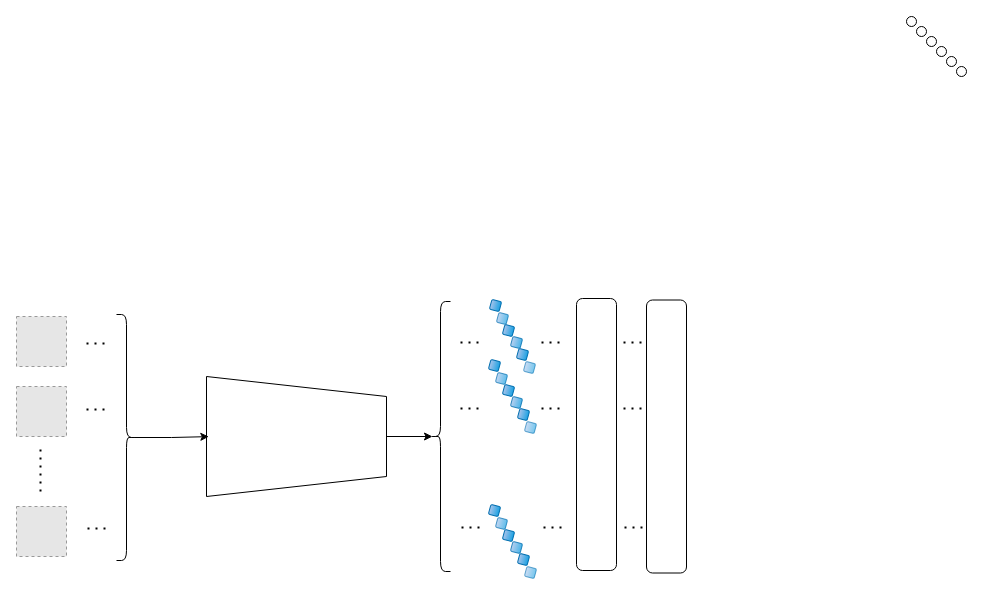
The draw.io diagram python习题/网络结构.drawio in Silvia-man/test-, before the edit. Source tidied: cells renumbered, new cells numbered last; positions are measured from the earlier drawing's top-left corner, leaving out a move shared by most shapes. Both pictures are drawn from the tidied source at 100%, with x=0, y=0 at pixel (16, 16). Pictures stored in the file or linked from it are replaced by grey dashed boxes.
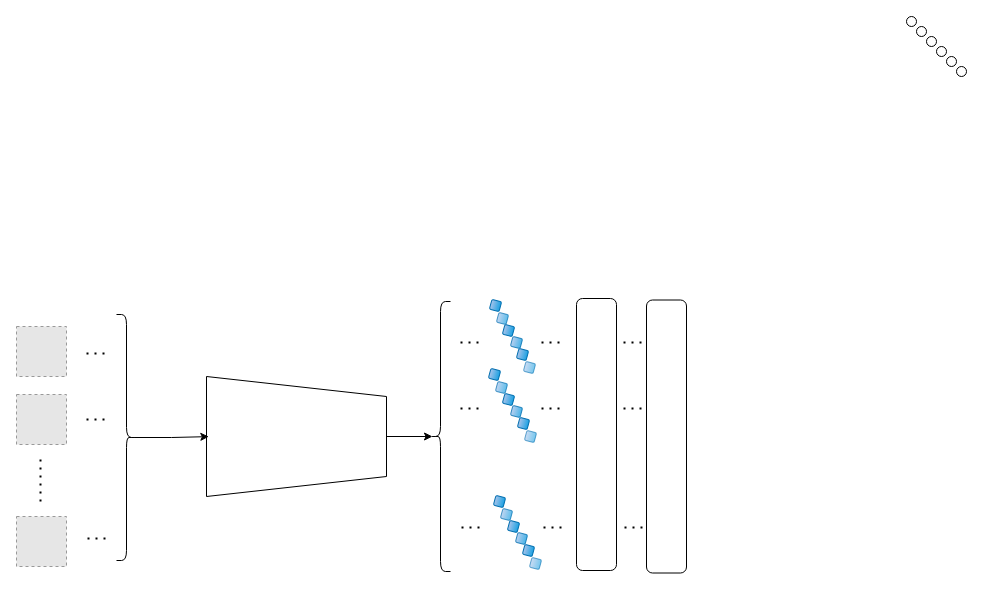
Above is the later version.

Commit message (it also covers changes not shown here):
更新网络结构.drawio

The edit, as a diff of the source:
```diff
@@
-    <mxCell id="15" style="group;" parent="1" vertex="1">
-      <mxGeometry y="300" width="91" height="240" as="geometry" />
-    </mxCell>
-    <mxCell id="16" style="endArrow=none;dashed=1;html=1;dashPattern=1 3;strokeWidth=2;rounded=0;fontStyle=1;" parent="15" edge="1">
-      <mxGeometry relative="1" as="geometry">
-        <mxPoint x="70" y="27" as="sourcePoint" />
-        <mxPoint x="90" y="27" as="targetPoint" />
-      </mxGeometry>
-    </mxCell>
-    <mxCell id="17" style="fillColor=#E6E6E6;strokeColor=#999999;dashed=1;verticalLabelPosition=bottom;labelBackgroundColor=default;verticalAlign=top;" parent="15" vertex="1">
-      <mxGeometry y="190" width="50" height="50" as="geometry" />
-    </mxCell>
-    <mxCell id="18" style="fillColor=#E6E6E6;strokeColor=#999999;dashed=1;verticalLabelPosition=bottom;labelBackgroundColor=default;verticalAlign=top;" parent="15" vertex="1">
-      <mxGeometry y="70" width="50" height="50" as="geometry" />
-    </mxCell>
-    <mxCell id="19" style="fillColor=#E6E6E6;strokeColor=#999999;dashed=1;verticalLabelPosition=bottom;labelBackgroundColor=default;verticalAlign=top;" parent="15" vertex="1">
-      <mxGeometry width="50" height="50" as="geometry" />
-    </mxCell>
-    <mxCell id="20" style="endArrow=none;dashed=1;html=1;dashPattern=1 3;strokeWidth=2;rounded=0;fontStyle=1;" parent="15" edge="1">
-      <mxGeometry relative="1" as="geometry">
-        <mxPoint x="70" y="93" as="sourcePoint" />
-        <mxPoint x="90" y="93" as="targetPoint" />
-      </mxGeometry>
-    </mxCell>
-    <mxCell id="21" style="endArrow=none;dashed=1;html=1;dashPattern=1 3;strokeWidth=2;rounded=0;fontStyle=1;" parent="15" edge="1">
-      <mxGeometry relative="1" as="geometry">
-        <mxPoint x="71" y="212" as="sourcePoint" />
-        <mxPoint x="91" y="212" as="targetPoint" />
-      </mxGeometry>
-    </mxCell>
-    <mxCell id="22" style="endArrow=none;dashed=1;html=1;dashPattern=1 3;strokeWidth=2;rounded=0;" parent="15" edge="1">
-      <mxGeometry relative="1" as="geometry">
-        <mxPoint x="24" y="133" as="sourcePoint" />
-        <mxPoint x="24" y="180" as="targetPoint" />
-      </mxGeometry>
-    </mxCell>
@@
     <mxCell id="26" style="rounded=1;whiteSpace=wrap;html=1;fillColor=#1ba1e2;fontColor=#ffffff;strokeColor=#006EAF;gradientColor=#A9C4EB;gradientDirection=west;rotation=15;" parent="1" vertex="1">
-      <mxGeometry x="473" y="344" width="10" height="10" as="geometry" />
+      <mxGeometry x="473" y="353" width="10" height="10" as="geometry" />
     </mxCell>
     <mxCell id="27" style="rounded=1;whiteSpace=wrap;html=1;fillColor=#1ba1e2;fontColor=#ffffff;strokeColor=#006EAF;gradientColor=#A9C4EB;gradientDirection=west;opacity=70;strokeWidth=1;rotation=15;" parent="1" vertex="1">
-      <mxGeometry x="480" y="357" width="10" height="10" as="geometry" />
+      <mxGeometry x="480" y="366" width="10" height="10" as="geometry" />
     </mxCell>
     <mxCell id="28" style="rounded=1;whiteSpace=wrap;html=1;fillColor=#1ba1e2;fontColor=#ffffff;strokeColor=#006EAF;gradientColor=#A9C4EB;gradientDirection=west;rotation=15;" parent="1" vertex="1">
-      <mxGeometry x="487" y="369" width="10" height="10" as="geometry" />
+      <mxGeometry x="487" y="378" width="10" height="10" as="geometry" />
     </mxCell>
     <mxCell id="29" style="rounded=1;whiteSpace=wrap;html=1;fillColor=#1ba1e2;fontColor=#ffffff;strokeColor=#006EAF;gradientColor=#A9C4EB;gradientDirection=west;opacity=80;rotation=15;" parent="1" vertex="1">
-      <mxGeometry x="495" y="381" width="10" height="10" as="geometry" />
+      <mxGeometry x="495" y="390" width="10" height="10" as="geometry" />
     </mxCell>
     <mxCell id="30" style="rounded=1;whiteSpace=wrap;html=1;fillColor=#1ba1e2;fontColor=#ffffff;strokeColor=#006EAF;gradientColor=#A9C4EB;gradientDirection=west;rotation=15;" parent="1" vertex="1">
-      <mxGeometry x="502" y="393" width="10" height="10" as="geometry" />
+      <mxGeometry x="502" y="402" width="10" height="10" as="geometry" />
     </mxCell>
     <mxCell id="31" style="rounded=1;whiteSpace=wrap;html=1;fillColor=#1ba1e2;fontColor=#ffffff;strokeColor=#006EAF;gradientColor=#A9C4EB;gradientDirection=west;opacity=60;rotation=15;" parent="1" vertex="1">
-      <mxGeometry x="509" y="406" width="10" height="10" as="geometry" />
+      <mxGeometry x="509" y="415" width="10" height="10" as="geometry" />
     </mxCell>
     <mxCell id="32" style="rounded=1;whiteSpace=wrap;html=1;fillColor=#1ba1e2;fontColor=#ffffff;strokeColor=#006EAF;gradientColor=#A9C4EB;gradientDirection=west;rotation=15;" parent="1" vertex="1">
-      <mxGeometry x="473" y="489" width="10" height="10" as="geometry" />
+      <mxGeometry x="478" y="480" width="10" height="10" as="geometry" />
     </mxCell>
     <mxCell id="33" style="rounded=1;whiteSpace=wrap;html=1;fillColor=#1ba1e2;fontColor=#ffffff;strokeColor=#006EAF;gradientColor=#A9C4EB;gradientDirection=west;opacity=70;strokeWidth=1;rotation=15;" parent="1" vertex="1">
-      <mxGeometry x="480" y="502" width="10" height="10" as="geometry" />
+      <mxGeometry x="485" y="493" width="10" height="10" as="geometry" />
     </mxCell>
     <mxCell id="34" style="rounded=1;whiteSpace=wrap;html=1;fillColor=#1ba1e2;fontColor=#ffffff;strokeColor=#006EAF;gradientColor=#A9C4EB;gradientDirection=west;rotation=15;" parent="1" vertex="1">
-      <mxGeometry x="487" y="514" width="10" height="10" as="geometry" />
+      <mxGeometry x="492" y="505" width="10" height="10" as="geometry" />
     </mxCell>
     <mxCell id="35" style="rounded=1;whiteSpace=wrap;html=1;fillColor=#1ba1e2;fontColor=#ffffff;strokeColor=#006EAF;gradientColor=#A9C4EB;gradientDirection=west;opacity=80;rotation=15;" parent="1" vertex="1">
-      <mxGeometry x="495" y="526" width="10" height="10" as="geometry" />
+      <mxGeometry x="500" y="517" width="10" height="10" as="geometry" />
     </mxCell>
     <mxCell id="36" style="rounded=1;whiteSpace=wrap;html=1;fillColor=#1ba1e2;fontColor=#ffffff;strokeColor=#006EAF;gradientColor=#A9C4EB;gradientDirection=west;rotation=15;" parent="1" vertex="1">
-      <mxGeometry x="502" y="538" width="10" height="10" as="geometry" />
+      <mxGeometry x="507" y="529" width="10" height="10" as="geometry" />
     </mxCell>
     <mxCell id="37" style="rounded=1;whiteSpace=wrap;html=1;fillColor=#1ba1e2;fontColor=#ffffff;strokeColor=#006EAF;gradientColor=#A9C4EB;gradientDirection=west;opacity=60;rotation=15;" parent="1" vertex="1">
-      <mxGeometry x="509" y="551" width="10" height="10" as="geometry" />
+      <mxGeometry x="514" y="542" width="10" height="10" as="geometry" />
     </mxCell>
@@
+    <mxCell id="50" style="group;" parent="1" vertex="1">
+      <mxGeometry y="310" width="91" height="240" as="geometry" />
+    </mxCell>
+    <mxCell id="16" style="endArrow=none;dashed=1;html=1;dashPattern=1 3;strokeWidth=2;rounded=0;fontStyle=1;" parent="50" edge="1">
+      <mxGeometry relative="1" as="geometry">
+        <mxPoint x="70" y="27" as="sourcePoint" />
+        <mxPoint x="90" y="27" as="targetPoint" />
+      </mxGeometry>
+    </mxCell>
+    <mxCell id="17" style="fillColor=#E6E6E6;strokeColor=#999999;dashed=1;verticalLabelPosition=bottom;labelBackgroundColor=default;verticalAlign=top;" parent="50" vertex="1">
+      <mxGeometry y="190" width="50" height="50" as="geometry" />
+    </mxCell>
+    <mxCell id="19" style="fillColor=#E6E6E6;strokeColor=#999999;dashed=1;verticalLabelPosition=bottom;labelBackgroundColor=default;verticalAlign=top;" parent="50" vertex="1">
+      <mxGeometry width="50" height="50" as="geometry" />
+    </mxCell>
+    <mxCell id="20" style="endArrow=none;dashed=1;html=1;dashPattern=1 3;strokeWidth=2;rounded=0;fontStyle=1;" parent="50" edge="1">
+      <mxGeometry relative="1" as="geometry">
+        <mxPoint x="70" y="93" as="sourcePoint" />
+        <mxPoint x="90" y="93" as="targetPoint" />
+      </mxGeometry>
+    </mxCell>
+    <mxCell id="21" style="endArrow=none;dashed=1;html=1;dashPattern=1 3;strokeWidth=2;rounded=0;fontStyle=1;" parent="50" edge="1">
+      <mxGeometry relative="1" as="geometry">
+        <mxPoint x="71" y="212" as="sourcePoint" />
+        <mxPoint x="91" y="212" as="targetPoint" />
+      </mxGeometry>
+    </mxCell>
+    <mxCell id="22" style="endArrow=none;dashed=1;html=1;dashPattern=1 3;strokeWidth=2;rounded=0;" parent="50" edge="1">
+      <mxGeometry relative="1" as="geometry">
+        <mxPoint x="24" y="133" as="sourcePoint" />
+        <mxPoint x="24" y="180" as="targetPoint" />
+      </mxGeometry>
+    </mxCell>
+    <mxCell id="51" style="fillColor=#E6E6E6;strokeColor=#999999;dashed=1;verticalLabelPosition=bottom;labelBackgroundColor=default;verticalAlign=top;" parent="50" vertex="1">
+      <mxGeometry y="68" width="50" height="50" as="geometry" />
+    </mxCell>
```
